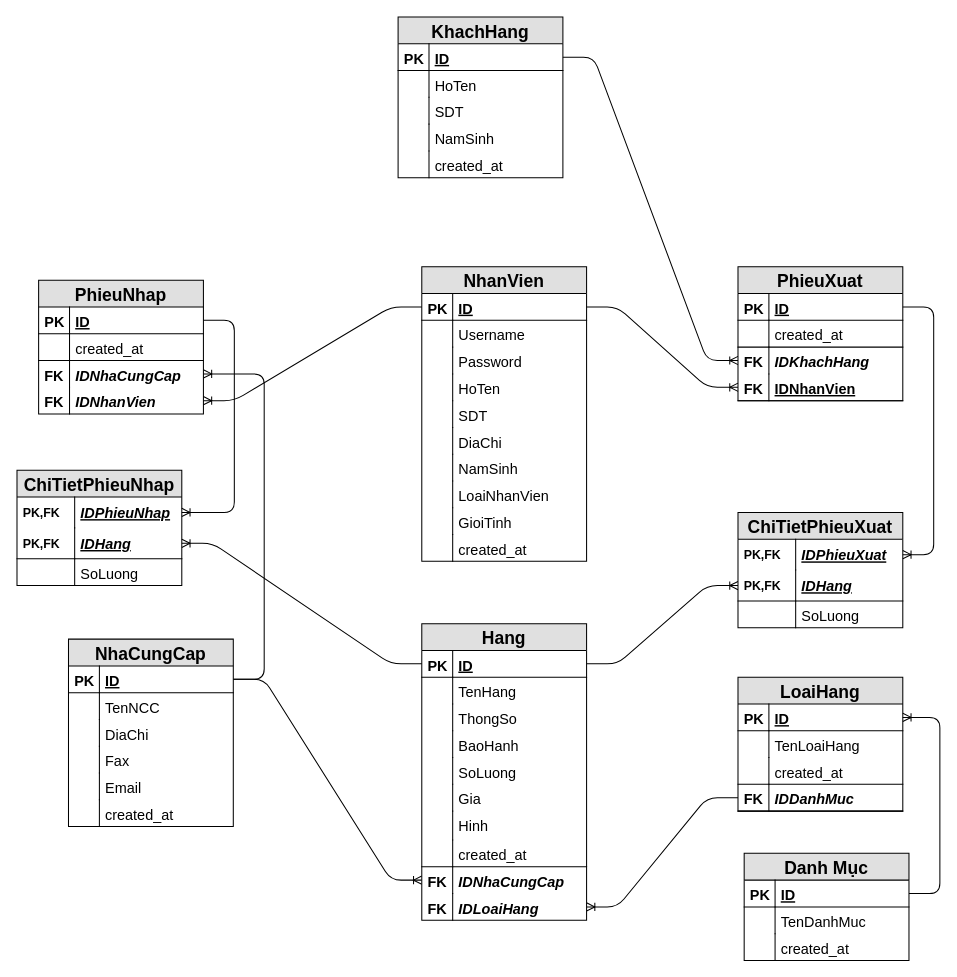
Earlier version of the draw.io diagram DatabaseAnalyst/final/edit/SoDoThucTheLienKet.drawio (thienqnpro02/school). Source tidied: cells renumbered, new cells numbered last; positions are measured from the earlier drawing's top-left corner, leaving out a move shared by most shapes. Both pictures are drawn from the tidied source at 103%, with x=0, y=0 at pixel (16, 16).
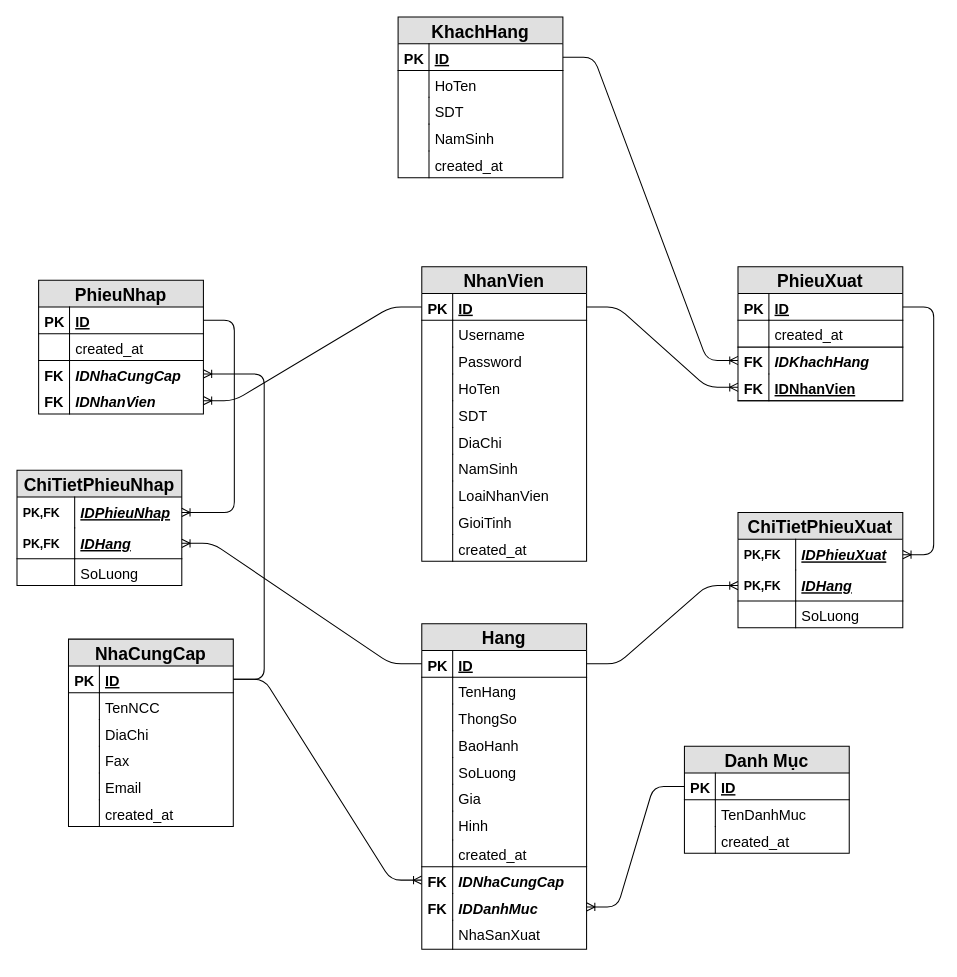
After the change.

The change refers to these unchanged cells:
```xml
<mxCell id="6" value="ID" style="shape=partialRectangle;top=0;left=0;right=0;bottom=1;align=left;verticalAlign=top;fillColor=none;spacingLeft=34;spacingRight=4;overflow=hidden;points=[[0,0.5],[1,0.5]];portConstraint=eastwest;fontSize=14;fontStyle=5;" parent="5" vertex="1">
  <mxGeometry y="26" width="160" height="26" as="geometry" />
</mxCell>
```

What changed in the source:
```diff
@@
-    <mxCell id="4" style="edgeStyle=entityRelationEdgeStyle;fontSize=12;html=1;endArrow=ERoneToMany;" parent="1" edge="1" source="19" target="53">
-      <mxGeometry relative="1" as="geometry" />
-    </mxCell>
     <mxCell id="5" value="Danh Mục" style="swimlane;fontStyle=1;horizontal=1;startSize=26;fillColor=#e0e0e0;swimlaneFillColor=#ffffff;align=center;fontSize=17;" parent="1" vertex="1">
-      <mxGeometry x="706" y="812" width="160" height="104" as="geometry" />
+      <mxGeometry x="648" y="708" width="160" height="104" as="geometry" />
     </mxCell>
@@
-    <mxCell id="12" value="LoaiHang" style="swimlane;fontStyle=1;horizontal=1;startSize=26;fillColor=#e0e0e0;swimlaneFillColor=#ffffff;align=center;fontSize=17;" parent="1" vertex="1">
-      <mxGeometry x="700" y="641" width="160" height="130" as="geometry" />
-    </mxCell>
-    <mxCell id="13" value="ID" style="shape=partialRectangle;top=0;left=0;right=0;bottom=1;align=left;verticalAlign=top;fillColor=none;spacingLeft=34;spacingRight=4;overflow=hidden;points=[[0,0.5],[1,0.5]];portConstraint=eastwest;fontSize=14;fontStyle=5;" parent="12" vertex="1">
-      <mxGeometry y="26" width="160" height="26" as="geometry" />
-    </mxCell>
-    <mxCell id="14" value="PK" style="shape=partialRectangle;top=0;left=0;bottom=0;fillColor=none;align=left;verticalAlign=top;spacingLeft=4;spacingRight=4;overflow=hidden;fontSize=14;fontStyle=1;" parent="13" vertex="1">
-      <mxGeometry width="30" height="26" as="geometry" />
-    </mxCell>
-    <mxCell id="15" value="TenLoaiHang" style="shape=partialRectangle;top=0;left=0;right=0;bottom=0;align=left;verticalAlign=top;fillColor=none;spacingLeft=34;spacingRight=4;overflow=hidden;fontSize=14;" parent="12" vertex="1">
-      <mxGeometry y="52" width="160" height="26" as="geometry" />
-    </mxCell>
-    <mxCell id="16" style="shape=partialRectangle;top=0;left=0;bottom=0;fillColor=none;align=left;verticalAlign=top;spacingLeft=4;spacingRight=4;overflow=hidden;fontSize=12;" parent="15" vertex="1">
-      <mxGeometry width="30" height="26" as="geometry" />
-    </mxCell>
-    <mxCell id="17" value="created_at" style="shape=partialRectangle;top=0;left=0;right=0;bottom=1;align=left;verticalAlign=top;fillColor=none;spacingLeft=34;spacingRight=4;overflow=hidden;fontSize=14;" parent="12" vertex="1">
-      <mxGeometry y="78" width="160" height="26" as="geometry" />
-    </mxCell>
-    <mxCell id="18" style="shape=partialRectangle;top=0;left=0;bottom=0;fillColor=none;align=left;verticalAlign=top;spacingLeft=4;spacingRight=4;overflow=hidden;fontSize=12;" parent="17" vertex="1">
-      <mxGeometry width="30" height="26" as="geometry" />
-    </mxCell>
-    <mxCell id="19" value="IDDanhMuc" style="shape=partialRectangle;top=0;left=0;right=0;bottom=1;align=left;verticalAlign=top;fillColor=none;spacingLeft=34;spacingRight=4;overflow=hidden;points=[[0,0.5],[1,0.5]];portConstraint=eastwest;fontSize=14;fontStyle=3;" parent="12" vertex="1">
-      <mxGeometry y="104" width="160" height="26" as="geometry" />
-    </mxCell>
-    <mxCell id="20" value="FK" style="shape=partialRectangle;top=0;left=0;bottom=0;fillColor=none;align=left;verticalAlign=top;spacingLeft=4;spacingRight=4;overflow=hidden;fontSize=14;fontStyle=1;" parent="19" vertex="1">
-      <mxGeometry width="30" height="26" as="geometry" />
-    </mxCell>
@@
     <mxCell id="34" value="Hang" style="swimlane;fontStyle=1;horizontal=1;startSize=26;fillColor=#e0e0e0;swimlaneFillColor=#ffffff;align=center;fontSize=17;" parent="1" vertex="1">
-      <mxGeometry x="393" y="589" width="160" height="288" as="geometry" />
+      <mxGeometry x="393" y="589" width="160" height="316" as="geometry" />
     </mxCell>
@@
-    <mxCell id="53" value="IDLoaiHang" style="shape=partialRectangle;top=0;left=0;right=0;bottom=0;align=left;verticalAlign=top;fillColor=none;spacingLeft=34;spacingRight=4;overflow=hidden;points=[[0,0.5],[1,0.5]];portConstraint=eastwest;fontSize=14;fontStyle=3;" parent="34" vertex="1">
+    <mxCell id="53" value="IDDanhMuc" style="shape=partialRectangle;top=0;left=0;right=0;bottom=0;align=left;verticalAlign=top;fillColor=none;spacingLeft=34;spacingRight=4;overflow=hidden;points=[[0,0.5],[1,0.5]];portConstraint=eastwest;fontSize=14;fontStyle=3;" parent="34" vertex="1">
       <mxGeometry y="262" width="160" height="26" as="geometry" />
     </mxCell>
@@
+    <mxCell id="127" value="NhaSanXuat" style="shape=partialRectangle;top=0;left=0;right=0;bottom=0;align=left;verticalAlign=top;fillColor=none;spacingLeft=34;spacingRight=4;overflow=hidden;fontSize=14;" parent="34" vertex="1">
+      <mxGeometry y="288" width="160" height="28" as="geometry" />
+    </mxCell>
+    <mxCell id="128" style="shape=partialRectangle;top=0;left=0;bottom=0;fillColor=none;align=left;verticalAlign=top;spacingLeft=4;spacingRight=4;overflow=hidden;fontSize=12;" parent="127" vertex="1">
+      <mxGeometry width="30" height="28" as="geometry" />
+    </mxCell>
@@
-    <mxCell id="119" style="edgeStyle=entityRelationEdgeStyle;fontSize=12;html=1;endArrow=ERoneToMany;" parent="1" edge="1" source="6" target="13">
-      <mxGeometry relative="1" as="geometry" />
-    </mxCell>
@@
+    <mxCell id="129" style="edgeStyle=entityRelationEdgeStyle;fontSize=12;html=1;endArrow=ERoneToMany;" parent="1" edge="1" source="6" target="53">
+      <mxGeometry relative="1" as="geometry" />
+    </mxCell>
```
